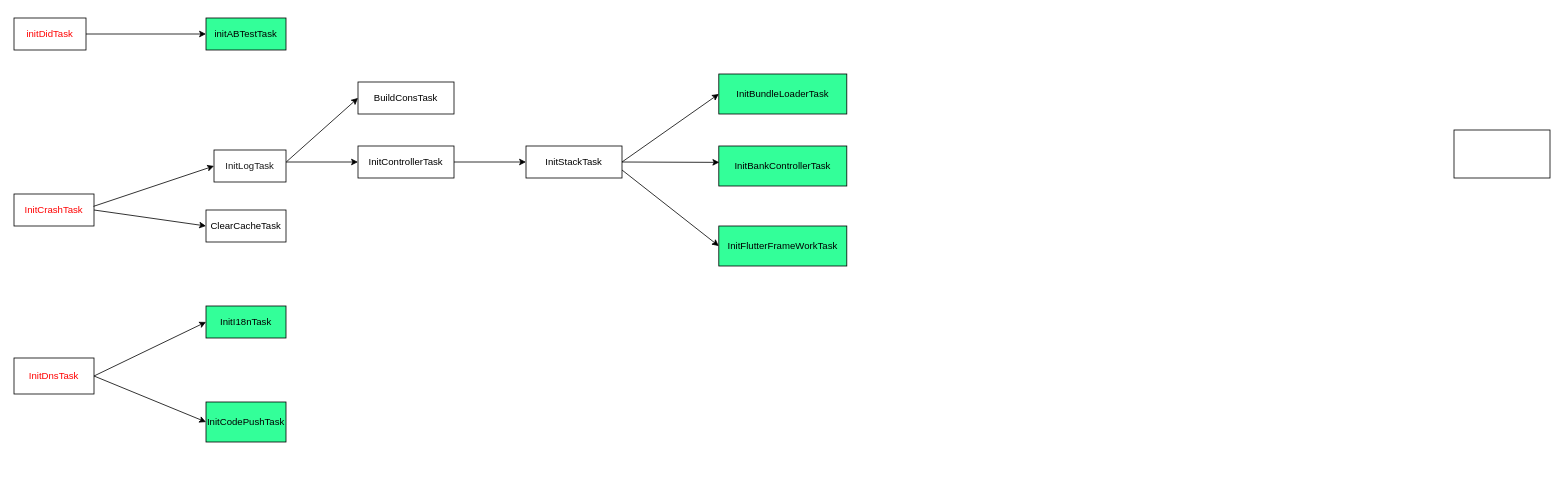
Above: 未命名绘图.drawio in allenZ7/allenZ7.github.io (draw.io), before the change. Source tidied: cells renumbered, new cells numbered last; positions are measured from the earlier drawing's top-left corner, leaving out a move shared by most shapes. Both pictures are drawn from the tidied source at 80%, with x=0, y=0 at pixel (14, 18).
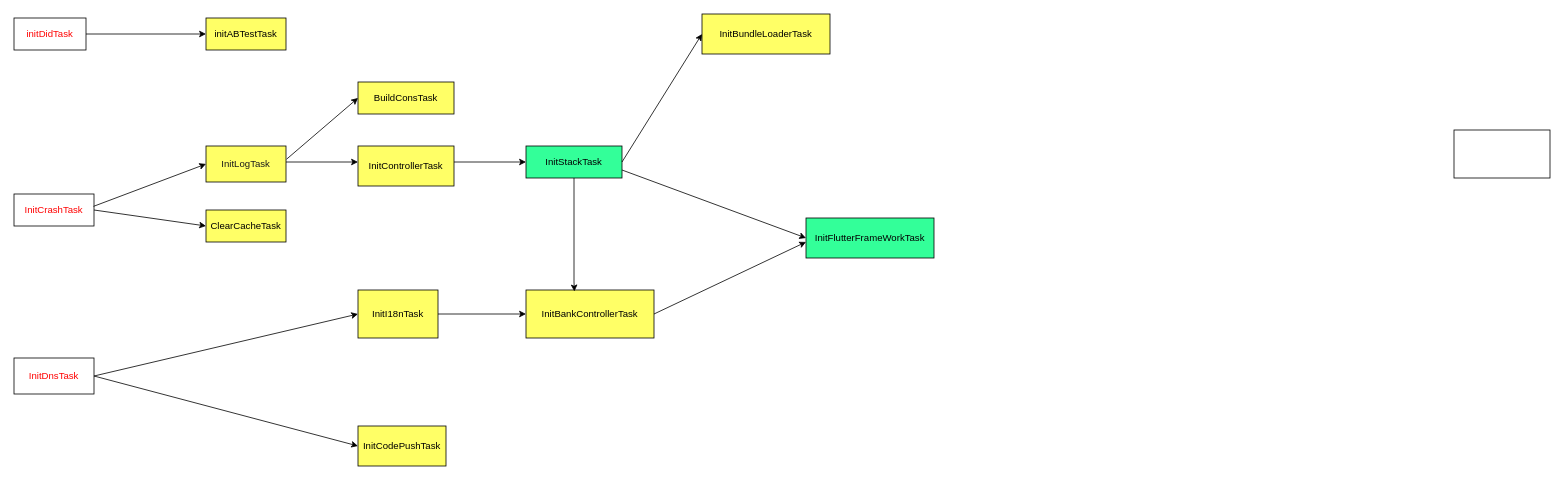
After the change.

Commit message:
更新未命名绘图.drawio

Diff of the diagram source:
```diff
@@
-    <mxCell id="4" value="initABTestTask" style="rounded=0;whiteSpace=wrap;html=1;fillStyle=solid;fillColor=#33FF99;" parent="1" vertex="1">
+    <mxCell id="4" value="initABTestTask" style="rounded=0;whiteSpace=wrap;html=1;fillStyle=solid;fillColor=#FFFF66;" parent="1" vertex="1">
       <mxGeometry x="240" width="100" height="40" as="geometry" />
     </mxCell>
@@
-    <mxCell id="6" value="&lt;font color=&quot;#1a1a1a&quot;&gt;InitLogTask&lt;/font&gt;" style="rounded=0;whiteSpace=wrap;html=1;" parent="1" vertex="1">
-      <mxGeometry x="250" y="165" width="90" height="40" as="geometry" />
+    <mxCell id="6" value="&lt;font color=&quot;#1a1a1a&quot;&gt;InitLogTask&lt;/font&gt;" style="rounded=0;whiteSpace=wrap;html=1;fillColor=#FFFF66;" parent="1" vertex="1">
+      <mxGeometry x="240" y="160" width="100" height="45" as="geometry" />
     </mxCell>
-    <mxCell id="7" value="BuildConsTask" style="rounded=0;whiteSpace=wrap;html=1;" parent="1" vertex="1">
+    <mxCell id="7" value="BuildConsTask" style="rounded=0;whiteSpace=wrap;html=1;fillColor=#FFFF66;" parent="1" vertex="1">
       <mxGeometry x="430" y="80" width="120" height="40" as="geometry" />
     </mxCell>
@@
-    <mxCell id="11" value="ClearCacheTask" style="rounded=0;whiteSpace=wrap;html=1;" parent="1" vertex="1">
+    <mxCell id="11" value="ClearCacheTask" style="rounded=0;whiteSpace=wrap;html=1;fillColor=#FFFF66;" parent="1" vertex="1">
       <mxGeometry x="240" y="240" width="100" height="40" as="geometry" />
     </mxCell>
@@
-    <mxCell id="13" value="InitControllerTask" style="rounded=0;whiteSpace=wrap;html=1;" parent="1" vertex="1">
-      <mxGeometry x="430" y="160" width="120" height="40" as="geometry" />
+    <mxCell id="13" value="InitControllerTask" style="rounded=0;whiteSpace=wrap;html=1;fillColor=#FFFF66;" parent="1" vertex="1">
+      <mxGeometry x="430" y="160" width="120" height="50" as="geometry" />
     </mxCell>
@@
-    <mxCell id="15" value="InitStackTask" style="rounded=0;whiteSpace=wrap;html=1;" parent="1" vertex="1">
+    <mxCell id="15" value="InitStackTask" style="rounded=0;whiteSpace=wrap;html=1;fillColor=#33FF99;" parent="1" vertex="1">
       <mxGeometry x="640" y="160" width="120" height="40" as="geometry" />
     </mxCell>
@@
-    <mxCell id="17" value="InitBundleLoaderTask" style="rounded=0;whiteSpace=wrap;html=1;fillColor=#33FF99;" parent="1" vertex="1">
-      <mxGeometry x="881" y="70" width="160" height="50" as="geometry" />
+    <mxCell id="17" value="InitBundleLoaderTask" style="rounded=0;whiteSpace=wrap;html=1;fillColor=#FFFF66;" parent="1" vertex="1">
+      <mxGeometry x="860" y="-5" width="160" height="50" as="geometry" />
     </mxCell>
-    <mxCell id="18" value="InitBankControllerTask" style="rounded=0;whiteSpace=wrap;html=1;fillColor=#33FF99;" parent="1" vertex="1">
-      <mxGeometry x="881" y="160" width="160" height="50" as="geometry" />
-    </mxCell>
     <mxCell id="19" value="InitFlutterFrameWorkTask" style="rounded=0;whiteSpace=wrap;html=1;fillColor=#33FF99;" parent="1" vertex="1">
-      <mxGeometry x="881" y="260" width="160" height="50" as="geometry" />
+      <mxGeometry x="990" y="250" width="160" height="50" as="geometry" />
     </mxCell>
-    <mxCell id="20" style="endArrow=classic;html=1;rounded=0;entryX=0.004;entryY=0.409;entryDx=0;entryDy=0;entryPerimeter=0;" parent="1" edge="1" target="18">
-      <mxGeometry relative="1" as="geometry">
-        <mxPoint x="760" y="180" as="sourcePoint" />
-      </mxGeometry>
-    </mxCell>
@@
-    <mxCell id="24" value="InitI18nTask" style="rounded=0;whiteSpace=wrap;html=1;fillColor=#33FF99;" parent="1" vertex="1">
-      <mxGeometry x="240" y="360" width="100" height="40" as="geometry" />
+    <mxCell id="24" value="InitI18nTask" style="rounded=0;whiteSpace=wrap;html=1;fillColor=#FFFF66;" parent="1" vertex="1">
+      <mxGeometry x="430" y="340" width="100" height="60" as="geometry" />
     </mxCell>
-    <mxCell id="25" value="InitCodePushTask" style="rounded=0;whiteSpace=wrap;html=1;fillColor=#33FF99;" parent="1" vertex="1">
-      <mxGeometry x="240" y="480" width="100" height="50" as="geometry" />
+    <mxCell id="25" value="InitCodePushTask" style="rounded=0;whiteSpace=wrap;html=1;fillColor=#FFFF66;" parent="1" vertex="1">
+      <mxGeometry x="430" y="510" width="110" height="50" as="geometry" />
     </mxCell>
@@
+    <mxCell id="18" value="InitBankControllerTask" style="rounded=0;whiteSpace=wrap;html=1;fillColor=#FFFF66;" parent="1" vertex="1">
+      <mxGeometry x="640" y="340" width="160" height="60" as="geometry" />
+    </mxCell>
+    <mxCell id="28" style="endArrow=classic;html=1;rounded=0;entryX=0;entryY=0.5;entryDx=0;entryDy=0;exitX=1;exitY=0.5;exitDx=0;exitDy=0;" parent="1" edge="1" source="24" target="18">
+      <mxGeometry relative="1" as="geometry" />
+    </mxCell>
+    <mxCell id="29" style="endArrow=classic;html=1;rounded=0;exitX=0.5;exitY=1;exitDx=0;exitDy=0;entryX=0.378;entryY=0.03;entryDx=0;entryDy=0;entryPerimeter=0;" parent="1" edge="1" source="15" target="18">
+      <mxGeometry relative="1" as="geometry">
+        <Array as="points">
+          <mxPoint x="700" y="330" />
+        </Array>
+      </mxGeometry>
+    </mxCell>
+    <mxCell id="30" style="endArrow=classic;html=1;rounded=0;entryX=0;entryY=0.6;entryDx=0;entryDy=0;entryPerimeter=0;" parent="1" edge="1" target="19">
+      <mxGeometry relative="1" as="geometry">
+        <mxPoint x="800" y="370" as="sourcePoint" />
+      </mxGeometry>
+    </mxCell>
```
